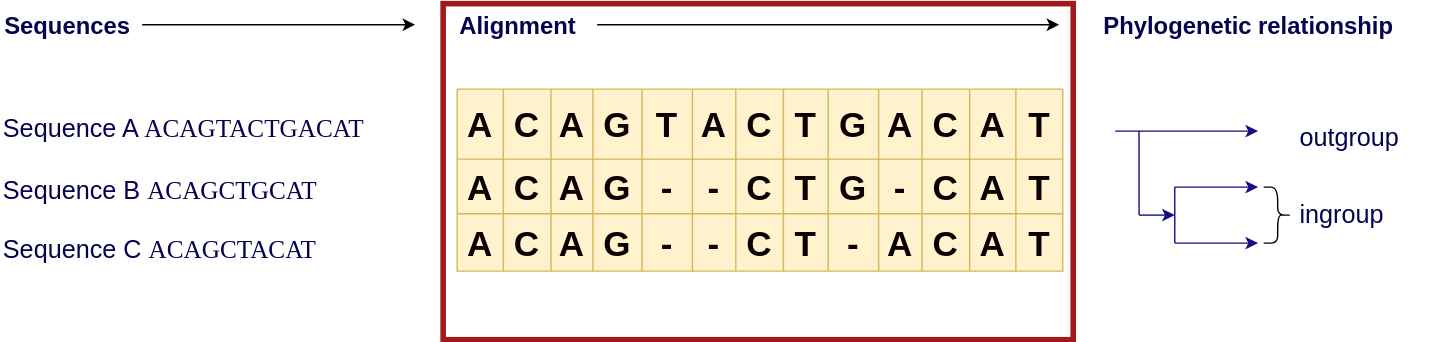
This is images/3alignment_alignment.drawio.svg from khiron/dBGAlignSlides, a draw.io export, as it was before one commit. Source tidied: cells renumbered, new cells last; positions are measured from the earlier drawing's top-left corner, leaving out a move shared by most shapes.
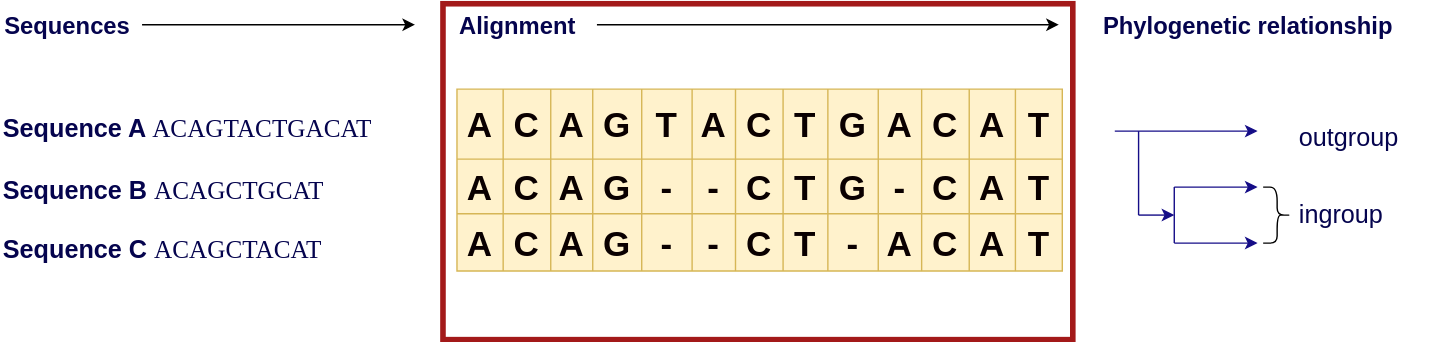
Later version of the same file.

What changed in the source:
```diff
@@ -210,13 +210,13 @@
         <mxPoint as="targetPoint" />
       </mxGeometry>
     </mxCell>
-    <mxCell id="61" value="Sequence A&amp;nbsp; &amp;nbsp; &lt;font face=&quot;Lucida Console&quot;&gt;ACAGTACTGACAT&lt;/font&gt;" style="text;html=1;align=left;verticalAlign=middle;whiteSpace=wrap;rounded=0;fontSize=18;fontStyle=0;labelPosition=center;verticalLabelPosition=middle;fontColor=#05044e;" parent="1" vertex="1">
+    <mxCell id="61" value="&lt;b&gt;Sequence A&lt;/b&gt;&amp;nbsp; &amp;nbsp; &lt;font face=&quot;Lucida Console&quot;&gt;ACAGTACTGACAT&lt;/font&gt;" style="text;html=1;align=left;verticalAlign=middle;whiteSpace=wrap;rounded=0;fontSize=18;fontStyle=0;labelPosition=center;verticalLabelPosition=middle;fontColor=#05044e;" parent="1" vertex="1">
       <mxGeometry y="75" width="296" height="30" as="geometry" />
     </mxCell>
-    <mxCell id="62" value="Sequence B&amp;nbsp; &amp;nbsp; &lt;font face=&quot;Lucida Console&quot;&gt;ACAGCTGCAT&lt;/font&gt;" style="text;html=1;align=left;verticalAlign=middle;whiteSpace=wrap;rounded=0;fontSize=18;fontStyle=0;labelPosition=center;verticalLabelPosition=middle;fontColor=#05044e;" parent="1" vertex="1">
+    <mxCell id="62" value="&lt;b&gt;Sequence B&lt;/b&gt;&amp;nbsp; &amp;nbsp; &lt;font face=&quot;Lucida Console&quot;&gt;ACAGCTGCAT&lt;/font&gt;" style="text;html=1;align=left;verticalAlign=middle;whiteSpace=wrap;rounded=0;fontSize=18;fontStyle=0;labelPosition=center;verticalLabelPosition=middle;fontColor=#05044e;" parent="1" vertex="1">
       <mxGeometry y="116" width="296" height="35" as="geometry" />
     </mxCell>
-    <mxCell id="63" value="Sequence C&amp;nbsp; &amp;nbsp; &lt;font face=&quot;Lucida Console&quot;&gt;ACAGCTACAT&lt;/font&gt;" style="text;html=1;align=left;verticalAlign=middle;whiteSpace=wrap;rounded=0;fontSize=18;fontStyle=0;labelPosition=center;verticalLabelPosition=middle;fontColor=#05044e;" parent="1" vertex="1">
+    <mxCell id="63" value="&lt;b&gt;Sequence C&lt;/b&gt;&amp;nbsp; &amp;nbsp; &lt;font face=&quot;Lucida Console&quot;&gt;ACAGCTACAT&lt;/font&gt;" style="text;html=1;align=left;verticalAlign=middle;whiteSpace=wrap;rounded=0;fontSize=18;fontStyle=0;labelPosition=center;verticalLabelPosition=middle;fontColor=#05044e;" parent="1" vertex="1">
       <mxGeometry y="160" width="296" height="31" as="geometry" />
     </mxCell>
   </root>
```
